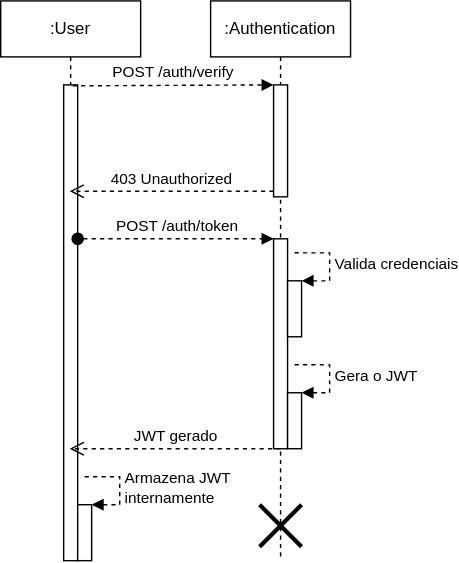
Above: docs/diagrams/sequence_diagrams/authentication.drawio.svg in darnley/taskle_node-api (draw.io), before the change. Source tidied: cells renumbered, new cells last; positions are measured from the earlier drawing's top-left corner, leaving out a move shared by most shapes.
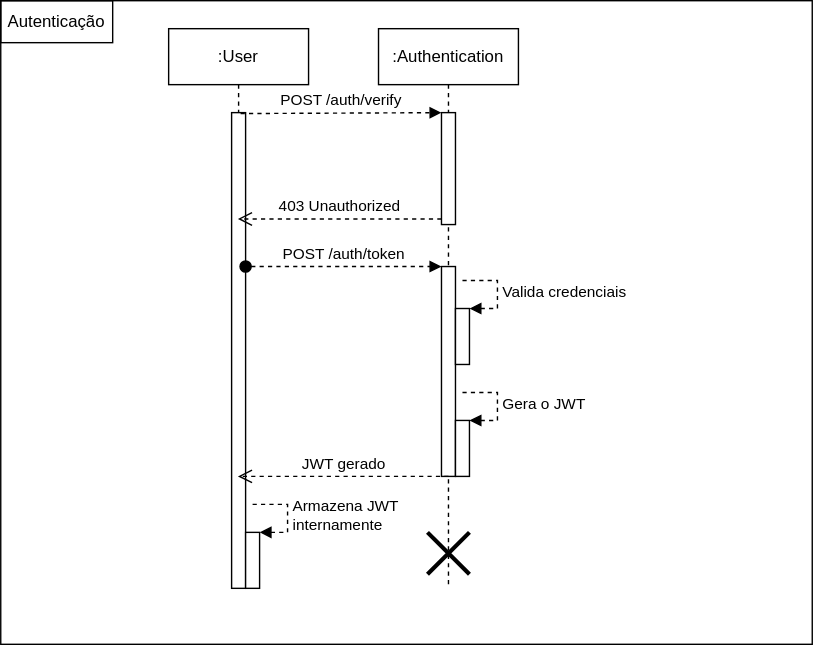
After the change.

Commit message:
Sequences Diagrams

Create sequence diagrama "Adicionar Projeto" and update sequece diagrama "Autenticação"

Diff of the diagram source:
```diff
@@ -71,5 +71,14 @@
         <mxPoint x="200" y="320" as="sourcePoint" />
       </mxGeometry>
     </mxCell>
+    <mxCell id="18" style="rounded=0;whiteSpace=wrap;html=1;fillColor=none;" parent="1" vertex="1">
+      <mxGeometry x="-120" y="-20" width="580" height="460" as="geometry" />
+    </mxCell>
+    <mxCell id="19" value="Autenticação" style="text;html=1;strokeColor=none;fillColor=none;align=center;verticalAlign=middle;whiteSpace=wrap;rounded=0;" parent="1" vertex="1">
+      <mxGeometry x="-120" y="-20" width="80" height="30" as="geometry" />
+    </mxCell>
+    <mxCell id="20" style="rounded=0;whiteSpace=wrap;html=1;fillColor=none;" parent="1" vertex="1">
+      <mxGeometry x="-120" y="-20" width="80" height="30" as="geometry" />
+    </mxCell>
   </root>
 </mxGraphModel>
```
